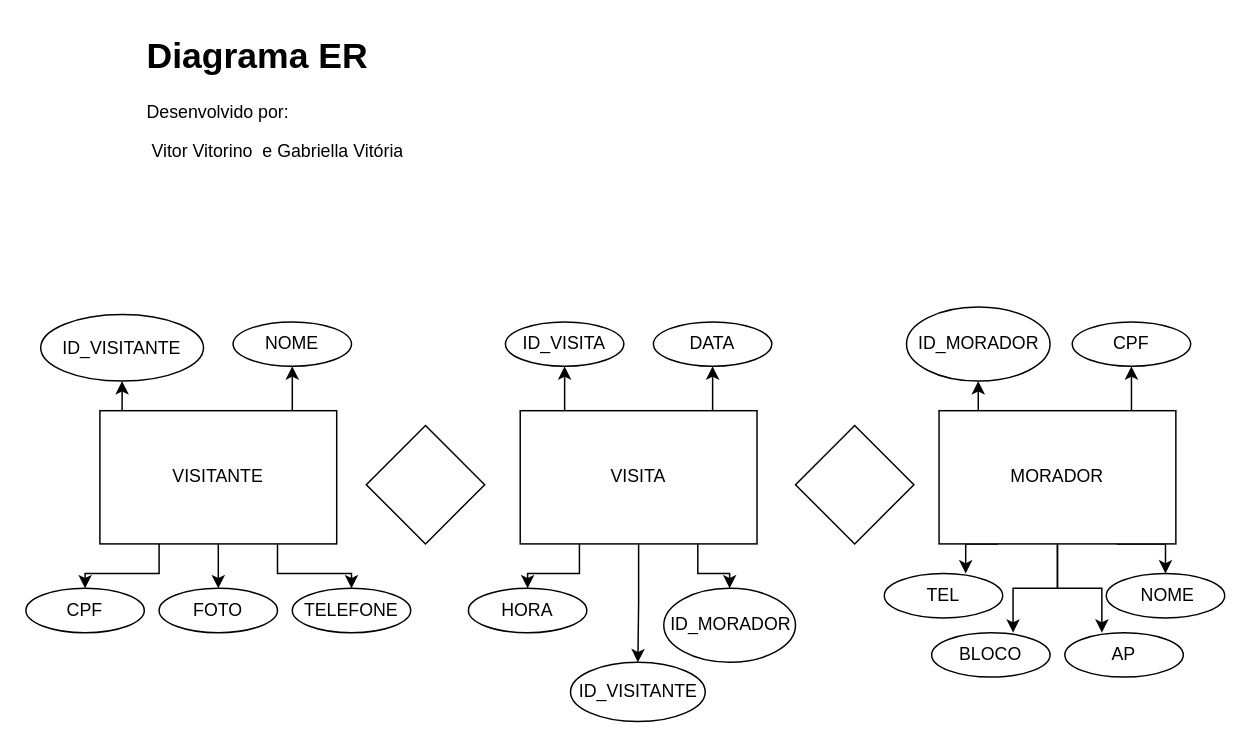
The draw.io diagram controledeacesso.drawio in Vitoriinoo/3ds, before the edit. Source tidied: cells renumbered, new cells numbered last; positions are measured from the earlier drawing's top-left corner, leaving out a move shared by most shapes. Both pictures are drawn from the tidied source at 148%, with x=0, y=0 at pixel (25, 25).
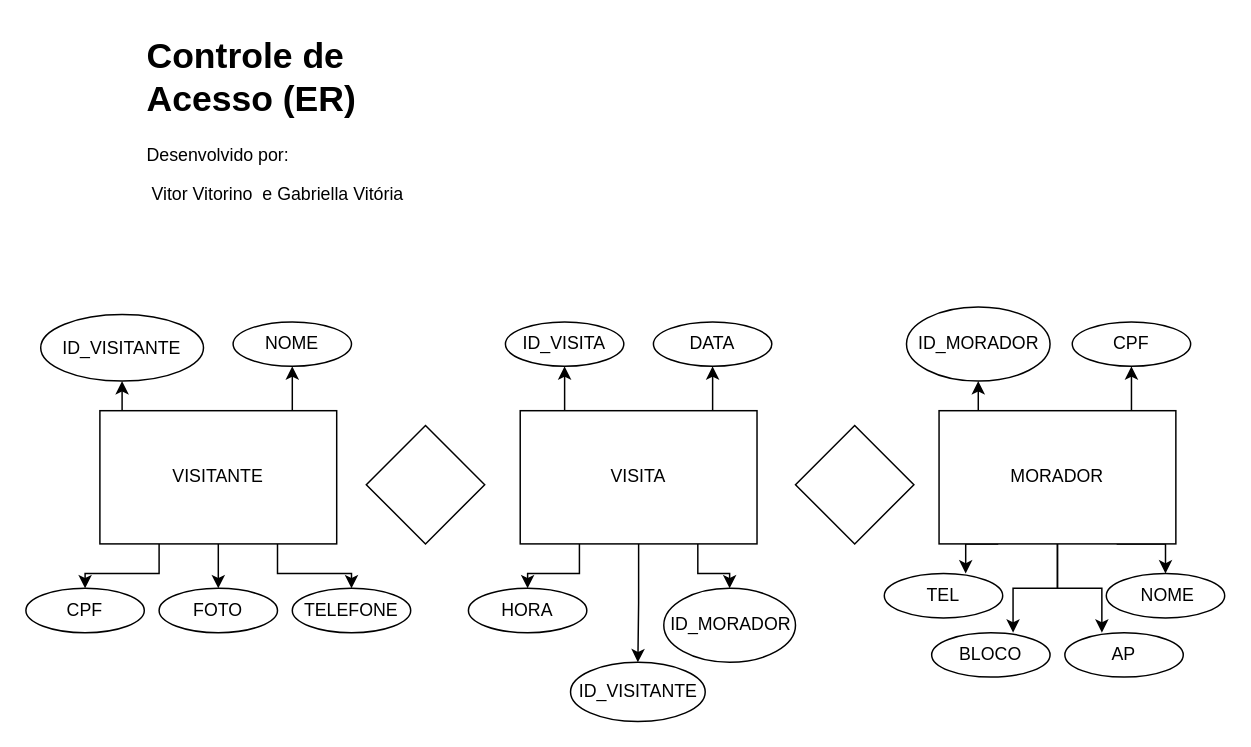
The same diagram, later.

Change to the diagram source:
```diff
@@
-    <mxCell id="8" value="&lt;h1 style=&quot;margin-top: 0px;&quot;&gt;Diagrama ER&lt;/h1&gt;&lt;p&gt;Desenvolvido por:&lt;/p&gt;&lt;p&gt;&amp;nbsp;Vitor Vitorino&amp;nbsp; e&amp;nbsp;&lt;span style=&quot;background-color: transparent; color: light-dark(rgb(0, 0, 0), rgb(255, 255, 255));&quot;&gt;Gabriella Vitória&lt;/span&gt;&lt;/p&gt;" style="text;html=1;whiteSpace=wrap;overflow=hidden;rounded=0;" parent="1" vertex="1">
+    <mxCell id="8" value="&lt;h1 style=&quot;margin-top: 0px;&quot;&gt;Controle de Acesso (ER)&lt;/h1&gt;&lt;p&gt;Desenvolvido por:&lt;/p&gt;&lt;p&gt;&amp;nbsp;Vitor Vitorino&amp;nbsp; e&amp;nbsp;&lt;span style=&quot;background-color: transparent; color: light-dark(rgb(0, 0, 0), rgb(255, 255, 255));&quot;&gt;Gabriella Vitória&lt;/span&gt;&lt;/p&gt;" style="text;html=1;whiteSpace=wrap;overflow=hidden;rounded=0;" parent="1" vertex="1">
       <mxGeometry x="80" width="180" height="120" as="geometry" />
     </mxCell>
```
